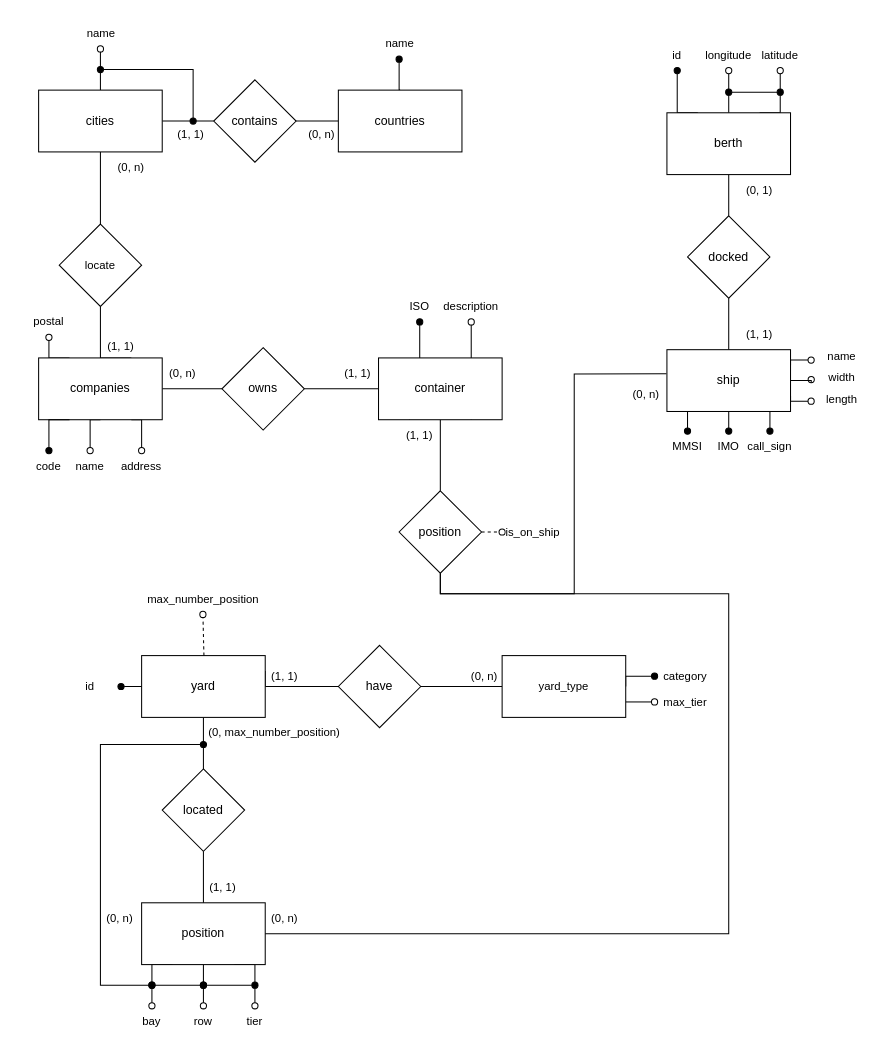
Earlier version of the draw.io diagram ERD.drawio (mervyn-teo/CS2102s). Source tidied: cells renumbered, new cells numbered last; positions are measured from the earlier drawing's top-left corner, leaving out a move shared by most shapes. Both pictures are drawn from the tidied source at 103%, with x=0, y=0 at pixel (18, 18).
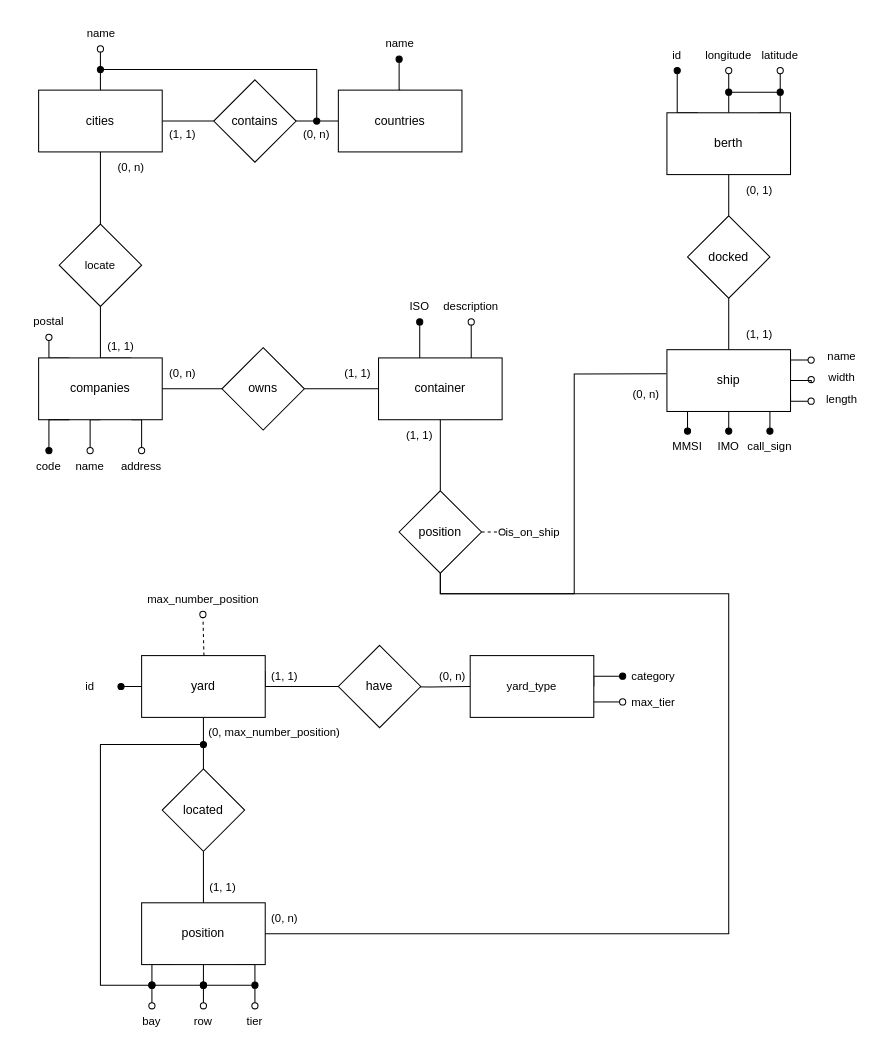
After the change.

Unchanged cells that the change refers to:
```xml
<mxCell id="93" value="have" style="rhombus;whiteSpace=wrap;html=1;" parent="1" vertex="1">
  <mxGeometry x="311" y="609" width="80" height="80" as="geometry" />
</mxCell>
```

The edit, as a diff of the source:
```diff
@@
-    <mxCell id="69" value="(0, n)" style="text;html=1;align=center;verticalAlign=middle;whiteSpace=wrap;rounded=0;fontFamily=Helvetica;fontSize=11;fontColor=default;labelBackgroundColor=default;" parent="1" vertex="1">
-      <mxGeometry x="69" y="859" width="60" height="30" as="geometry" />
-    </mxCell>
@@
     <mxCell id="79" style="endArrow=oval;startArrow=oval;html=1;rounded=0;strokeColor=default;align=center;verticalAlign=middle;fontFamily=Helvetica;fontSize=11;fontColor=default;labelBackgroundColor=default;edgeStyle=orthogonalEdgeStyle;endFill=1;startFill=1;" parent="1" edge="1">
       <mxGeometry relative="1" as="geometry">
-        <mxPoint x="170" y="100" as="sourcePoint" />
+        <mxPoint x="290" y="100" as="sourcePoint" />
         <mxPoint x="80" y="50" as="targetPoint" />
         <Array as="points">
-          <mxPoint x="170" y="50" />
+          <mxPoint x="290" y="100" />
+          <mxPoint x="290" y="50" />
         </Array>
       </mxGeometry>
     </mxCell>
@@
     <mxCell id="84" value="(0, n)" style="text;html=1;align=center;verticalAlign=middle;whiteSpace=wrap;rounded=0;fontFamily=Helvetica;fontSize=11;fontColor=default;labelBackgroundColor=default;" parent="1" vertex="1">
-      <mxGeometry x="265" y="98" width="60" height="30" as="geometry" />
+      <mxGeometry x="260" y="98" width="60" height="30" as="geometry" />
     </mxCell>
     <mxCell id="85" value="(1, 1)" style="text;html=1;align=center;verticalAlign=middle;whiteSpace=wrap;rounded=0;fontFamily=Helvetica;fontSize=11;fontColor=default;labelBackgroundColor=default;" parent="1" vertex="1">
-      <mxGeometry x="138" y="98" width="60" height="30" as="geometry" />
+      <mxGeometry x="130" y="98" width="60" height="30" as="geometry" />
     </mxCell>
@@
-    <mxCell id="92" style="edgeStyle=orthogonalEdgeStyle;shape=connector;rounded=0;jettySize=auto;html=1;exitX=1;exitY=0.5;exitDx=0;exitDy=0;entryX=0;entryY=0.5;entryDx=0;entryDy=0;strokeColor=default;align=center;verticalAlign=middle;fontFamily=Helvetica;fontSize=11;fontColor=default;labelBackgroundColor=default;endArrow=none;endFill=0;" parent="1" edge="1" source="93" target="96">
-      <mxGeometry relative="1" as="geometry" />
+    <mxCell id="92" style="edgeStyle=orthogonalEdgeStyle;shape=connector;rounded=0;jettySize=auto;html=1;exitX=1;exitY=0.5;exitDx=0;exitDy=0;entryX=0;entryY=0.5;entryDx=0;entryDy=0;strokeColor=default;align=center;verticalAlign=middle;fontFamily=Helvetica;fontSize=11;fontColor=default;labelBackgroundColor=default;endArrow=none;endFill=0;" parent="1" edge="1" target="96">
+      <mxGeometry relative="1" as="geometry">
+        <mxPoint x="360" y="649" as="sourcePoint" />
+      </mxGeometry>
     </mxCell>
@@
     <mxCell id="94" style="edgeStyle=orthogonalEdgeStyle;shape=connector;rounded=0;jettySize=auto;html=1;exitX=1;exitY=0.5;exitDx=0;exitDy=0;entryX=0;entryY=0.5;entryDx=0;entryDy=0;strokeColor=default;align=center;verticalAlign=middle;fontFamily=Helvetica;fontSize=11;fontColor=default;labelBackgroundColor=default;endArrow=oval;endFill=1;" parent="1" edge="1" source="96" target="97">
       <mxGeometry relative="1" as="geometry">
         <Array as="points">
-          <mxPoint x="588" y="639" />
-          <mxPoint x="618" y="639" />
+          <mxPoint x="557" y="639" />
+          <mxPoint x="587" y="639" />
         </Array>
       </mxGeometry>
     </mxCell>
@@
     <mxCell id="96" value="yard_type" style="rounded=0;whiteSpace=wrap;html=1;fontFamily=Helvetica;fontSize=11;fontColor=default;labelBackgroundColor=default;" parent="1" vertex="1">
-      <mxGeometry x="470" y="619" width="120" height="60" as="geometry" />
+      <mxGeometry x="439" y="619" width="120" height="60" as="geometry" />
     </mxCell>
     <mxCell id="97" value="category" style="text;html=1;align=center;verticalAlign=middle;whiteSpace=wrap;rounded=0;fontFamily=Helvetica;fontSize=11;fontColor=default;labelBackgroundColor=default;" parent="1" vertex="1">
-      <mxGeometry x="618" y="624" width="60" height="30" as="geometry" />
+      <mxGeometry x="587" y="624" width="60" height="30" as="geometry" />
     </mxCell>
     <mxCell id="98" value="max_tier" style="text;html=1;align=center;verticalAlign=middle;whiteSpace=wrap;rounded=0;fontFamily=Helvetica;fontSize=11;fontColor=default;labelBackgroundColor=default;" parent="1" vertex="1">
-      <mxGeometry x="618" y="649" width="60" height="30" as="geometry" />
+      <mxGeometry x="587" y="649" width="60" height="30" as="geometry" />
     </mxCell>
@@
     <mxCell id="100" value="(0, n)" style="text;html=1;align=center;verticalAlign=middle;whiteSpace=wrap;rounded=0;fontFamily=Helvetica;fontSize=11;fontColor=default;labelBackgroundColor=default;" parent="1" vertex="1">
-      <mxGeometry x="423" y="624" width="60" height="30" as="geometry" />
+      <mxGeometry x="392" y="624" width="60" height="30" as="geometry" />
     </mxCell>
```
